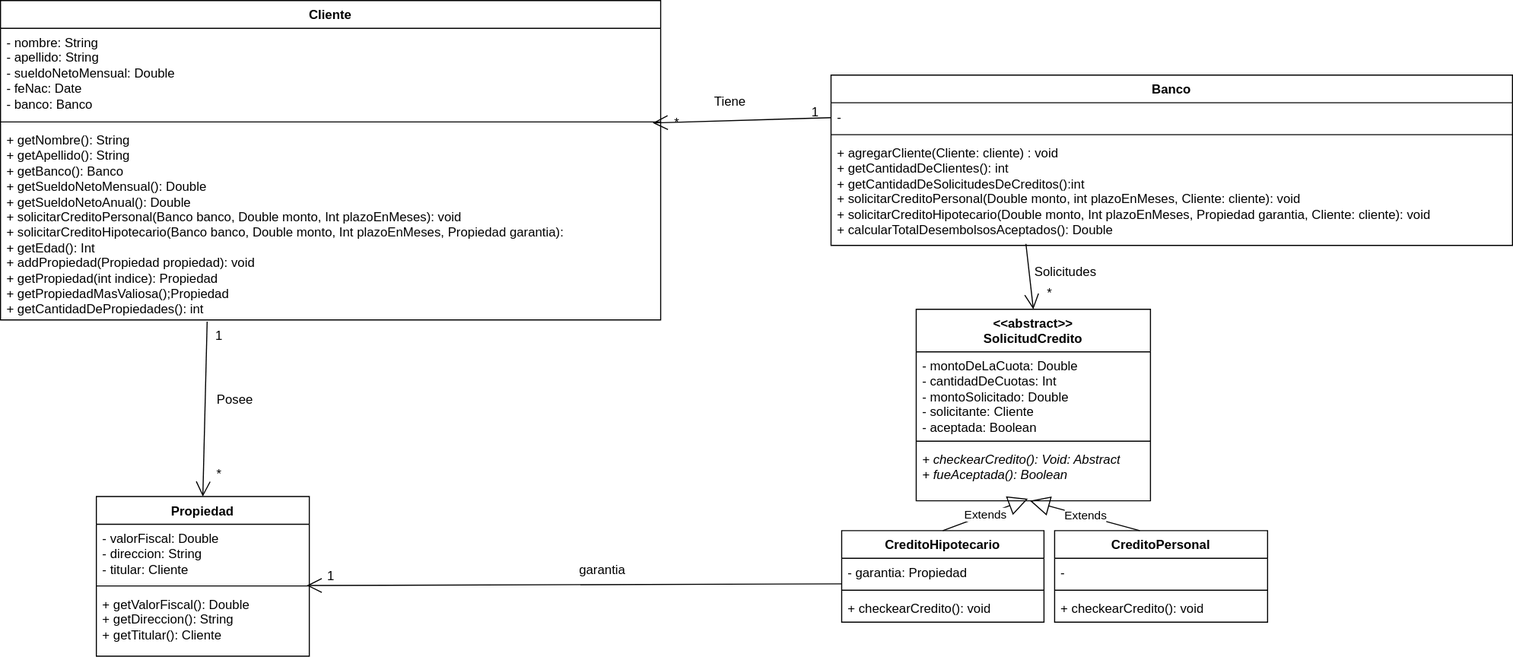
The draw.io diagram TP-SolidDiagram-UML.drawio-OBJ2.svg in HernanBrito/TP-SOLID, before a commit. Source tidied: cells renumbered, new cells last; positions are measured from the earlier drawing's top-left corner, leaving out a move shared by most shapes.
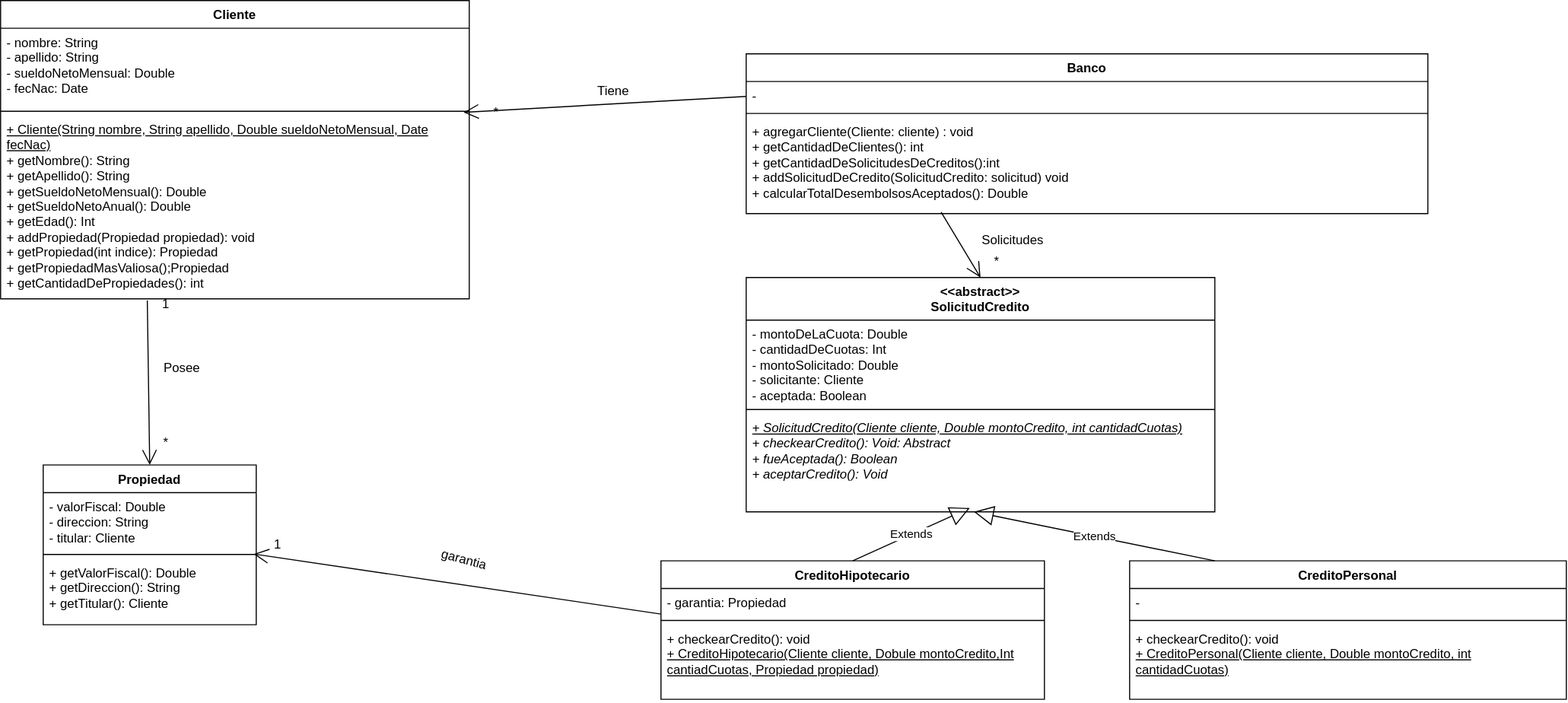
After the commit.

Change to the diagram source:
```diff
@@ -3,54 +3,54 @@
     <mxCell id="0" />
     <mxCell id="1" parent="0" />
     <mxCell id="2" value="Cliente" style="swimlane;fontStyle=1;align=center;verticalAlign=top;horizontal=1;startSize=26;whiteSpace=wrap;html=1;" parent="1" vertex="1">
-      <mxGeometry width="620" height="300" as="geometry" />
+      <mxGeometry x="50" y="30" width="440" height="280" as="geometry" />
     </mxCell>
-    <mxCell id="3" value="- nombre: String&lt;div&gt;- apellido: String&lt;/div&gt;&lt;div&gt;- sueldoNetoMensual: Double&lt;br&gt;- feNac: Date&lt;/div&gt;&lt;div&gt;- banco: Banco&lt;br&gt;&lt;/div&gt;" style="text;strokeColor=none;fillColor=none;align=left;verticalAlign=top;spacingLeft=4;spacingRight=4;overflow=hidden;whiteSpace=wrap;html=1;" parent="2" vertex="1">
-      <mxGeometry y="26" width="620" height="84" as="geometry" />
+    <mxCell id="3" value="- nombre: String&lt;div&gt;- apellido: String&lt;/div&gt;&lt;div&gt;- sueldoNetoMensual: Double&lt;br&gt;- fecNac: Date&lt;/div&gt;" style="text;strokeColor=none;fillColor=none;align=left;verticalAlign=top;spacingLeft=4;spacingRight=4;overflow=hidden;whiteSpace=wrap;html=1;" parent="2" vertex="1">
+      <mxGeometry y="26" width="440" height="74" as="geometry" />
     </mxCell>
     <mxCell id="4" style="line;strokeWidth=1;fillColor=none;align=left;verticalAlign=middle;spacingTop=-1;spacingLeft=3;spacingRight=3;labelPosition=right;points=[];portConstraint=eastwest;strokeColor=inherit;" parent="2" vertex="1">
-      <mxGeometry y="110" width="620" height="8" as="geometry" />
+      <mxGeometry y="100" width="440" height="8" as="geometry" />
     </mxCell>
-    <mxCell id="5" value="+ getNombre(): String&lt;div&gt;+ getApellido(): String&lt;br&gt;+ getBanco(): Banco&lt;/div&gt;&lt;div&gt;+ getSueldoNetoMensual(): Double&lt;/div&gt;&lt;div&gt;+ getSueldoNetoAnual(): Double&lt;br&gt;+ solicitarCreditoPersonal(Banco banco, Double monto, Int plazoEnMeses): void&lt;br&gt;+&amp;nbsp;solicitarCreditoHipotecario(Banco banco, Double monto, Int plazoEnMeses, Propiedad garantia):&lt;br&gt;+ getEdad(): Int&lt;br&gt;+ addPropiedad(Propiedad propiedad): void&lt;/div&gt;&lt;div&gt;+ getPropiedad(int indice): Propiedad&lt;/div&gt;&lt;div&gt;+ getPropiedadMasValiosa();Propiedad&lt;/div&gt;&lt;div&gt;+ getCantidadDePropiedades(): int&lt;/div&gt;" style="text;strokeColor=none;fillColor=none;align=left;verticalAlign=top;spacingLeft=4;spacingRight=4;overflow=hidden;points=[[0,0.5],[1,0.5]];portConstraint=eastwest;whiteSpace=wrap;html=1;" parent="2" vertex="1">
-      <mxGeometry y="118" width="620" height="182" as="geometry" />
+    <mxCell id="5" value="&lt;u&gt;+ Cliente(String nombre, String apellido, Double sueldoNetoMensual, Date fecNac)&lt;/u&gt;&lt;br&gt;+ getNombre(): String&lt;div&gt;+ getApellido(): String&lt;br&gt;&lt;/div&gt;&lt;div&gt;+ getSueldoNetoMensual(): Double&lt;/div&gt;&lt;div&gt;+ getSueldoNetoAnual(): Double&lt;br&gt;+ getEdad(): Int&lt;br&gt;+ addPropiedad(Propiedad propiedad): void&lt;/div&gt;&lt;div&gt;+ getPropiedad(int indice): Propiedad&lt;/div&gt;&lt;div&gt;+ getPropiedadMasValiosa();Propiedad&lt;/div&gt;&lt;div&gt;+ getCantidadDePropiedades(): int&lt;/div&gt;" style="text;strokeColor=none;fillColor=none;align=left;verticalAlign=top;spacingLeft=4;spacingRight=4;overflow=hidden;points=[[0,0.5],[1,0.5]];portConstraint=eastwest;whiteSpace=wrap;html=1;" parent="2" vertex="1">
+      <mxGeometry y="108" width="440" height="172" as="geometry" />
     </mxCell>
     <mxCell id="6" value="Banco" style="swimlane;fontStyle=1;align=center;verticalAlign=top;horizontal=1;startSize=26;whiteSpace=wrap;html=1;" parent="1" vertex="1">
-      <mxGeometry x="780" y="70" width="640" height="160" as="geometry" />
+      <mxGeometry x="750" y="80" width="640" height="150" as="geometry" />
     </mxCell>
+    <mxCell id="8" style="endArrow=open;endFill=1;endSize=12;html=1;rounded=0;entryX=0.988;entryY=0.625;entryDx=0;entryDy=0;entryPerimeter=0;" parent="6" edge="1" target="4">
+      <mxGeometry relative="1" as="geometry">
+        <mxPoint y="40" as="sourcePoint" />
+      </mxGeometry>
+    </mxCell>
     <mxCell id="7" value="-" style="text;strokeColor=none;fillColor=none;align=left;verticalAlign=top;spacingLeft=4;spacingRight=4;overflow=hidden;whiteSpace=wrap;html=1;" parent="6" vertex="1">
       <mxGeometry y="26" width="640" height="26" as="geometry" />
     </mxCell>
-    <mxCell id="8" style="endArrow=open;endFill=1;endSize=12;html=1;rounded=0;entryX=0.988;entryY=0.625;entryDx=0;entryDy=0;entryPerimeter=0;" parent="6" edge="1" target="4">
-      <mxGeometry relative="1" as="geometry">
-        <mxPoint y="40" as="sourcePoint" />
-      </mxGeometry>
-    </mxCell>
     <mxCell id="9" style="line;strokeWidth=1;fillColor=none;align=left;verticalAlign=middle;spacingTop=-1;spacingLeft=3;spacingRight=3;labelPosition=right;strokeColor=inherit;" parent="6" vertex="1">
       <mxGeometry y="52" width="640" height="8" as="geometry" />
     </mxCell>
-    <mxCell id="10" value="+ agregarCliente(Cliente: cliente) : void&lt;br&gt;+ getCantidadDeClientes(): int&lt;br&gt;+ getCantidadDeSolicitudesDeCreditos():int&lt;br&gt;+ solicitarCreditoPersonal(Double monto, int plazoEnMeses, Cliente: cliente): void&lt;br&gt;&lt;div&gt;+ solicitarCreditoHipotecario(Double monto, Int plazoEnMeses, Propiedad garantia, Cliente: cliente): void&lt;br&gt;+ calcularTotalDesembolsosAceptados(): Double&lt;/div&gt;" style="text;strokeColor=none;fillColor=none;align=left;verticalAlign=top;spacingLeft=4;spacingRight=4;overflow=hidden;points=[[0,0.5],[1,0.5]];portConstraint=eastwest;whiteSpace=wrap;html=1;" parent="6" vertex="1">
-      <mxGeometry y="60" width="640" height="100" as="geometry" />
+    <mxCell id="10" value="+ agregarCliente(Cliente: cliente) : void&lt;br&gt;+ getCantidadDeClientes(): int&lt;br&gt;+ getCantidadDeSolicitudesDeCreditos():int&lt;br&gt;+ addSolicitudDeCredito(SolicitudCredito: solicitud) void&lt;div&gt;+ calcularTotalDesembolsosAceptados(): Double&lt;/div&gt;" style="text;strokeColor=none;fillColor=none;align=left;verticalAlign=top;spacingLeft=4;spacingRight=4;overflow=hidden;points=[[0,0.5],[1,0.5]];portConstraint=eastwest;whiteSpace=wrap;html=1;" parent="6" vertex="1">
+      <mxGeometry y="60" width="640" height="90" as="geometry" />
     </mxCell>
     <mxCell id="11" value="Tiene" style="text;html=1;align=center;verticalAlign=middle;strokeColor=none;fillColor=none;rotation=0;" parent="1" vertex="1">
-      <mxGeometry x="660" y="80" width="50" height="30" as="geometry" />
+      <mxGeometry x="600" y="100" width="50" height="30" as="geometry" />
     </mxCell>
     <mxCell id="12" value="*" style="text;html=1;align=center;verticalAlign=middle;strokeColor=none;fillColor=none;" parent="1" vertex="1">
-      <mxGeometry x="620" y="100" width="30" height="30" as="geometry" />
+      <mxGeometry x="500" y="120" width="30" height="30" as="geometry" />
     </mxCell>
     <mxCell id="13" value="&amp;lt;&amp;lt;abstract&amp;gt;&amp;gt;&lt;br&gt;SolicitudCredito" style="swimlane;fontStyle=1;align=center;verticalAlign=top;horizontal=1;startSize=40;whiteSpace=wrap;html=1;" parent="1" vertex="1">
-      <mxGeometry x="860" y="290" width="220" height="180" as="geometry" />
+      <mxGeometry x="750" y="290" width="440" height="220" as="geometry" />
     </mxCell>
     <mxCell id="14" value="- montoDeLaCuota: Double&lt;div&gt;- cantidadDeCuotas: Int&lt;br&gt;- montoSolicitado: Double&lt;br&gt;- solicitante: Cliente&lt;/div&gt;&lt;div&gt;- aceptada: Boolean&lt;/div&gt;" style="text;strokeColor=none;fillColor=none;align=left;verticalAlign=top;spacingLeft=4;spacingRight=4;overflow=hidden;whiteSpace=wrap;html=1;" parent="13" vertex="1">
-      <mxGeometry y="40" width="220" height="80" as="geometry" />
+      <mxGeometry y="40" width="440" height="80" as="geometry" />
     </mxCell>
     <mxCell id="15" style="line;strokeWidth=1;fillColor=none;align=left;verticalAlign=middle;spacingTop=-1;spacingLeft=3;spacingRight=3;labelPosition=right;strokeColor=inherit;" parent="13" vertex="1">
-      <mxGeometry y="120" width="220" height="8" as="geometry" />
+      <mxGeometry y="120" width="440" height="8" as="geometry" />
     </mxCell>
-    <mxCell id="16" value="&lt;i&gt;+ checkearCredito(): Void: Abstract&lt;br&gt;+ fueAceptada(): Boolean&lt;/i&gt;" style="text;strokeColor=none;fillColor=none;align=left;verticalAlign=top;spacingLeft=4;spacingRight=4;overflow=hidden;points=[[0,0.5],[1,0.5]];portConstraint=eastwest;whiteSpace=wrap;html=1;" parent="13" vertex="1">
-      <mxGeometry y="128" width="220" height="52" as="geometry" />
+    <mxCell id="16" value="&lt;i&gt;&lt;u&gt;+ SolicitudCredito(Cliente cliente, Double montoCredito, int cantidadCuotas)&lt;/u&gt;&lt;br&gt;+ checkearCredito(): Void: Abstract&lt;br&gt;+ fueAceptada(): Boolean&lt;/i&gt;&lt;div&gt;&lt;i&gt;+ aceptarCredito(): Void&lt;/i&gt;&lt;/div&gt;" style="text;strokeColor=none;fillColor=none;align=left;verticalAlign=top;spacingLeft=4;spacingRight=4;overflow=hidden;points=[[0,0.5],[1,0.5]];portConstraint=eastwest;whiteSpace=wrap;html=1;" parent="13" vertex="1">
+      <mxGeometry y="128" width="440" height="92" as="geometry" />
     </mxCell>
     <mxCell id="17" value="CreditoPersonal" style="swimlane;fontStyle=1;align=center;verticalAlign=top;horizontal=1;startSize=26;whiteSpace=wrap;html=1;" parent="1" vertex="1">
-      <mxGeometry x="990" y="498" width="200" height="86" as="geometry" />
+      <mxGeometry x="1110" y="556" width="410" height="130" as="geometry" />
     </mxCell>
     <mxCell id="18" value="Extends" style="endArrow=block;endSize=16;endFill=0;html=1;rounded=0;entryX=0.486;entryY=1;entryDx=0;entryDy=0;entryPerimeter=0;" parent="17" edge="1" target="16">
       <mxGeometry relative="1" as="geometry">
@@ -58,19 +58,19 @@
       </mxGeometry>
     </mxCell>
     <mxCell id="19" value="-" style="text;strokeColor=none;fillColor=none;align=left;verticalAlign=top;spacingLeft=4;spacingRight=4;overflow=hidden;whiteSpace=wrap;html=1;" parent="17" vertex="1">
-      <mxGeometry y="26" width="200" height="26" as="geometry" />
+      <mxGeometry y="26" width="410" height="26" as="geometry" />
     </mxCell>
     <mxCell id="20" style="line;strokeWidth=1;fillColor=none;align=left;verticalAlign=middle;spacingTop=-1;spacingLeft=3;spacingRight=3;labelPosition=right;strokeColor=inherit;" parent="17" vertex="1">
-      <mxGeometry y="52" width="200" height="8" as="geometry" />
+      <mxGeometry y="52" width="410" height="8" as="geometry" />
     </mxCell>
-    <mxCell id="21" value="+ checkearCredito(): void" style="text;strokeColor=none;fillColor=none;align=left;verticalAlign=top;spacingLeft=4;spacingRight=4;overflow=hidden;whiteSpace=wrap;html=1;" parent="17" vertex="1">
-      <mxGeometry y="60" width="200" height="26" as="geometry" />
+    <mxCell id="21" value="+ checkearCredito(): void&lt;br&gt;&lt;u&gt;+ CreditoPersonal(Cliente cliente, Double montoCredito, int cantidadCuotas)&lt;/u&gt;" style="text;strokeColor=none;fillColor=none;align=left;verticalAlign=top;spacingLeft=4;spacingRight=4;overflow=hidden;whiteSpace=wrap;html=1;" parent="17" vertex="1">
+      <mxGeometry y="60" width="410" height="70" as="geometry" />
     </mxCell>
     <mxCell id="22" value="CreditoHipotecario" style="swimlane;fontStyle=1;align=center;verticalAlign=top;horizontal=1;startSize=26;whiteSpace=wrap;html=1;" parent="1" vertex="1">
-      <mxGeometry x="790" y="498" width="190" height="86" as="geometry" />
+      <mxGeometry x="670" y="556" width="360" height="130" as="geometry" />
     </mxCell>
     <mxCell id="23" value="- garantia: Propiedad" style="text;strokeColor=none;fillColor=none;align=left;verticalAlign=top;spacingLeft=4;spacingRight=4;overflow=hidden;whiteSpace=wrap;html=1;" parent="22" vertex="1">
-      <mxGeometry y="26" width="190" height="26" as="geometry" />
+      <mxGeometry y="26" width="360" height="26" as="geometry" />
     </mxCell>
     <mxCell id="24" style="endArrow=open;endFill=1;endSize=12;html=1;rounded=0;entryX=0.988;entryY=-0.071;entryDx=0;entryDy=0;entryPerimeter=0;" parent="22" edge="1" target="31">
       <mxGeometry relative="1" as="geometry">
@@ -78,10 +78,10 @@
       </mxGeometry>
     </mxCell>
     <mxCell id="25" style="line;strokeWidth=1;fillColor=none;align=left;verticalAlign=middle;spacingTop=-1;spacingLeft=3;spacingRight=3;labelPosition=right;strokeColor=inherit;" parent="22" vertex="1">
-      <mxGeometry y="52" width="190" height="8" as="geometry" />
+      <mxGeometry y="52" width="360" height="8" as="geometry" />
     </mxCell>
-    <mxCell id="26" value="+ checkearCredito(): void" style="text;strokeColor=none;fillColor=none;align=left;verticalAlign=top;spacingLeft=4;spacingRight=4;overflow=hidden;whiteSpace=wrap;html=1;" parent="22" vertex="1">
-      <mxGeometry y="60" width="190" height="26" as="geometry" />
+    <mxCell id="26" value="+ checkearCredito(): void&lt;br&gt;&lt;u&gt;+ CreditoHipotecario(Cliente cliente, Dobule montoCredito,Int cantiadCuotas, Propiedad propiedad)&lt;/u&gt;" style="text;strokeColor=none;fillColor=none;align=left;verticalAlign=top;spacingLeft=4;spacingRight=4;overflow=hidden;whiteSpace=wrap;html=1;" parent="22" vertex="1">
+      <mxGeometry y="60" width="360" height="70" as="geometry" />
     </mxCell>
     <mxCell id="27" value="Extends" style="endArrow=block;endSize=16;endFill=0;html=1;rounded=0;exitX=0.5;exitY=0;exitDx=0;exitDy=0;entryX=0.477;entryY=0.962;entryDx=0;entryDy=0;entryPerimeter=0;" parent="1" edge="1" source="22" target="16">
       <mxGeometry relative="1" as="geometry" />
@@ -110,15 +110,12 @@
     <mxCell id="35" value="1" style="text;html=1;align=center;verticalAlign=middle;strokeColor=none;fillColor=none;" parent="1" vertex="1">
       <mxGeometry x="295" y="526" width="30" height="30" as="geometry" />
     </mxCell>
-    <mxCell id="36" value="garantia" style="text;html=1;align=center;verticalAlign=middle;strokeColor=none;fillColor=none;rotation=0;" parent="1" vertex="1">
-      <mxGeometry x="530" y="520" width="70" height="30" as="geometry" />
+    <mxCell id="36" value="garantia" style="text;html=1;align=center;verticalAlign=middle;strokeColor=none;fillColor=none;rotation=15;" parent="1" vertex="1">
+      <mxGeometry x="450" y="540" width="70" height="30" as="geometry" />
     </mxCell>
     <mxCell id="37" value="Posee" style="text;html=1;align=center;verticalAlign=middle;strokeColor=none;fillColor=none;rotation=0;" parent="1" vertex="1">
       <mxGeometry x="190" y="360" width="60" height="30" as="geometry" />
     </mxCell>
-    <mxCell id="38" value="1" style="text;html=1;align=center;verticalAlign=middle;strokeColor=none;fillColor=none;" parent="1" vertex="1">
-      <mxGeometry x="750" y="90" width="30" height="30" as="geometry" />
-    </mxCell>
     <mxCell id="39" style="endArrow=open;endFill=1;endSize=12;html=1;rounded=0;entryX=0.5;entryY=0;entryDx=0;entryDy=0;exitX=0.286;exitY=0.986;exitDx=0;exitDy=0;exitPerimeter=0;" parent="1" edge="1" source="10" target="13">
       <mxGeometry relative="1" as="geometry" />
     </mxCell>
```
